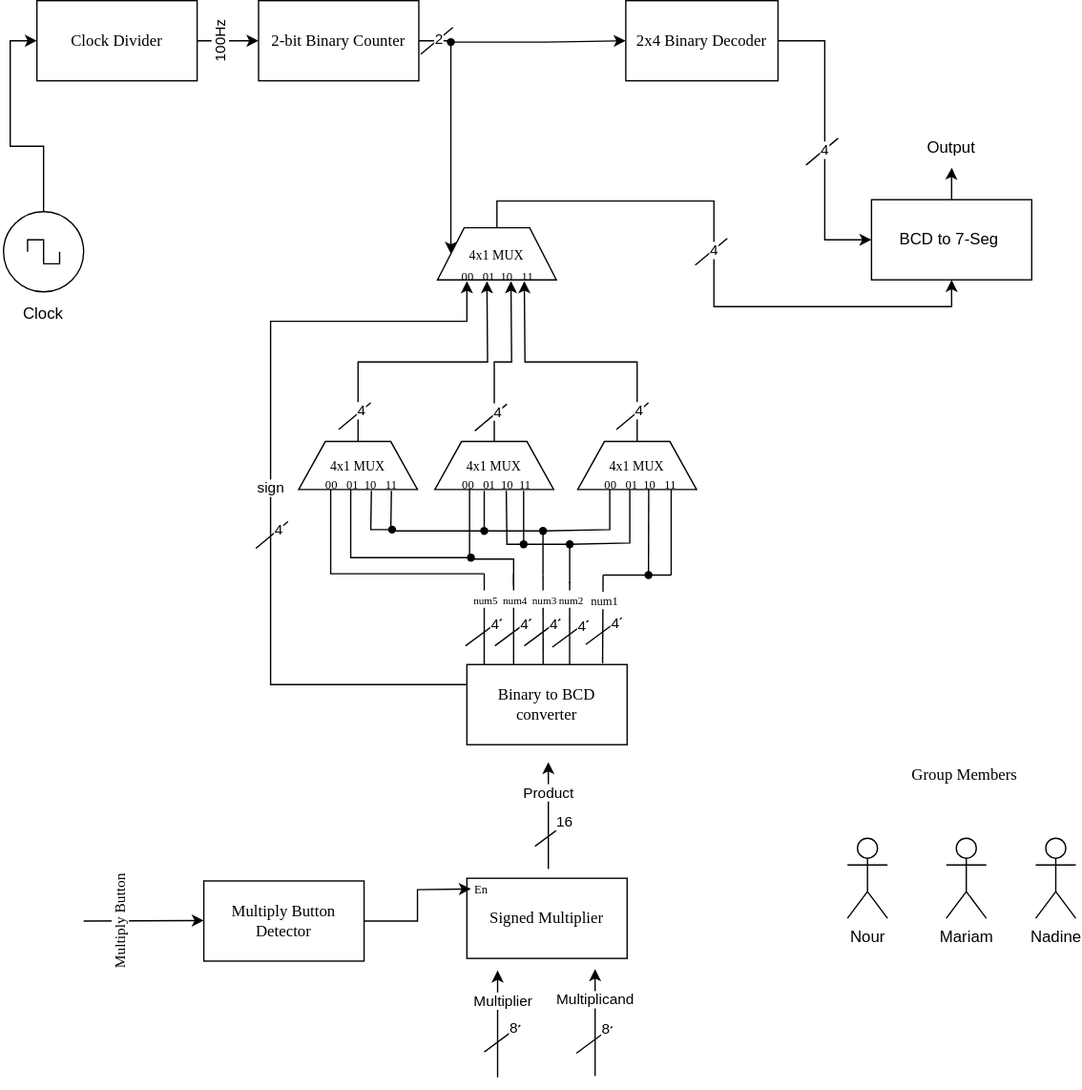
Earlier version of the draw.io export signed-multiplier.drawio.svg (nkasaby/Signed-Multiplier). Source tidied: cells renumbered, new cells last; positions are measured from the earlier drawing's top-left corner, leaving out a move shared by most shapes.
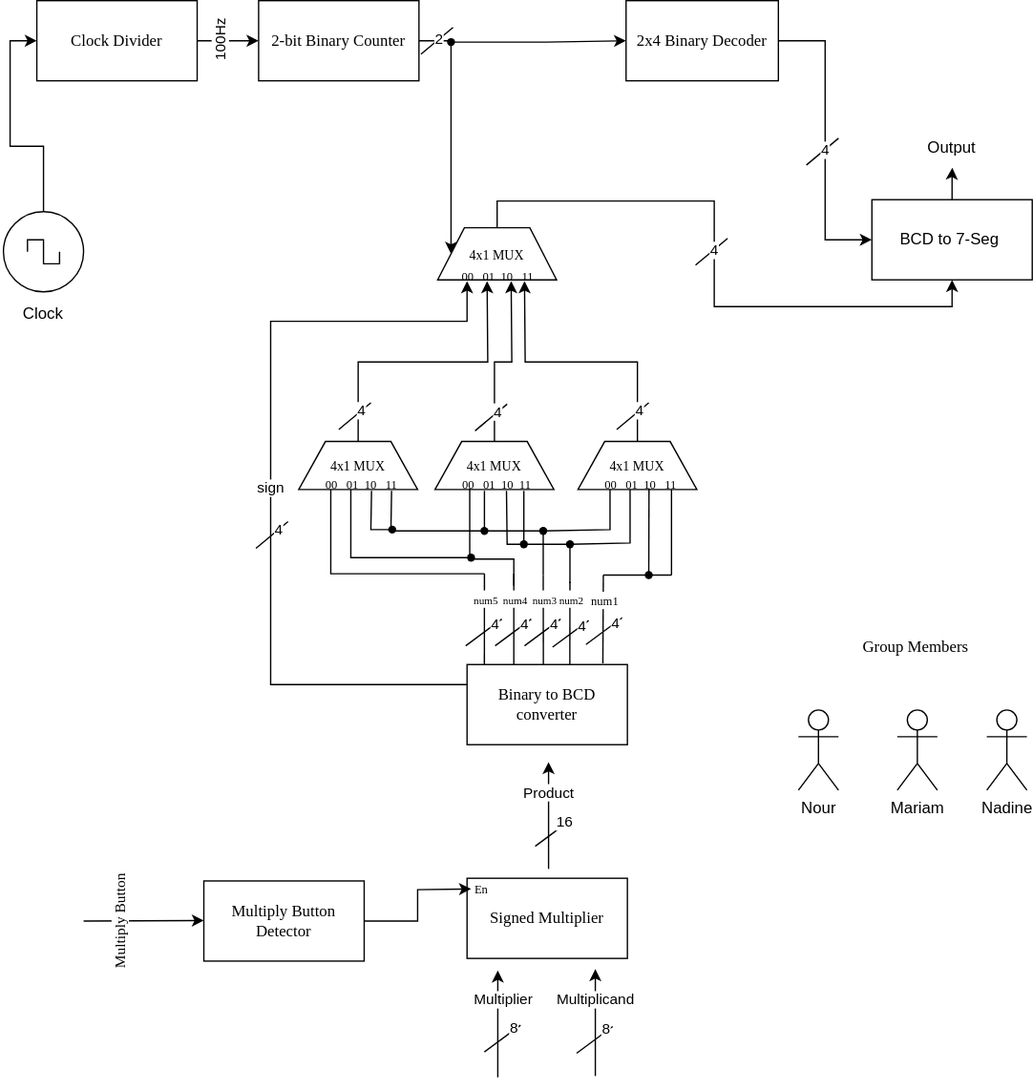
The same diagram one commit later.

Change to the diagram source:
```diff
@@ -1,4 +1,4 @@
-<mxGraphModel>
+<mxGraphModel background="#ffffff">
   <root>
     <mxCell id="0" />
     <mxCell id="1" parent="0" />
@@ -135,13 +135,13 @@
       </mxGeometry>
     </mxCell>
     <mxCell id="28" value="Nour" style="shape=umlActor;verticalLabelPosition=bottom;verticalAlign=top;html=1;" parent="1" vertex="1">
-      <mxGeometry x="632" y="627" width="30" height="60" as="geometry" />
+      <mxGeometry x="595" y="531" width="30" height="60" as="geometry" />
     </mxCell>
     <mxCell id="29" value="Mariam" style="shape=umlActor;verticalLabelPosition=bottom;verticalAlign=top;html=1;" parent="1" vertex="1">
-      <mxGeometry x="706" y="627" width="30" height="60" as="geometry" />
+      <mxGeometry x="669" y="531" width="30" height="60" as="geometry" />
     </mxCell>
     <mxCell id="30" value="Nadine" style="shape=umlActor;verticalLabelPosition=bottom;verticalAlign=top;html=1;" parent="1" vertex="1">
-      <mxGeometry x="773" y="627" width="30" height="60" as="geometry" />
+      <mxGeometry x="736" y="531" width="30" height="60" as="geometry" />
     </mxCell>
     <mxCell id="31" style="edgeStyle=orthogonalEdgeStyle;rounded=0;jettySize=auto;html=1;exitX=0.5;exitY=0;exitDx=0;exitDy=0;" parent="1" edge="1" source="32">
       <mxGeometry relative="1" as="geometry">
@@ -517,7 +517,7 @@
       <mxGeometry x="680.2" y="95" width="60" height="30" as="geometry" />
     </mxCell>
     <mxCell id="110" value="&lt;font face=&quot;Times New Roman&quot;&gt;Group Members&lt;/font&gt;" style="text;html=1;strokeColor=none;fillColor=none;align=center;verticalAlign=middle;whiteSpace=wrap;rounded=0;" parent="1" vertex="1">
-      <mxGeometry x="640" y="565" width="160" height="30" as="geometry" />
+      <mxGeometry x="603" y="469" width="160" height="30" as="geometry" />
     </mxCell>
   </root>
 </mxGraphModel>
```
